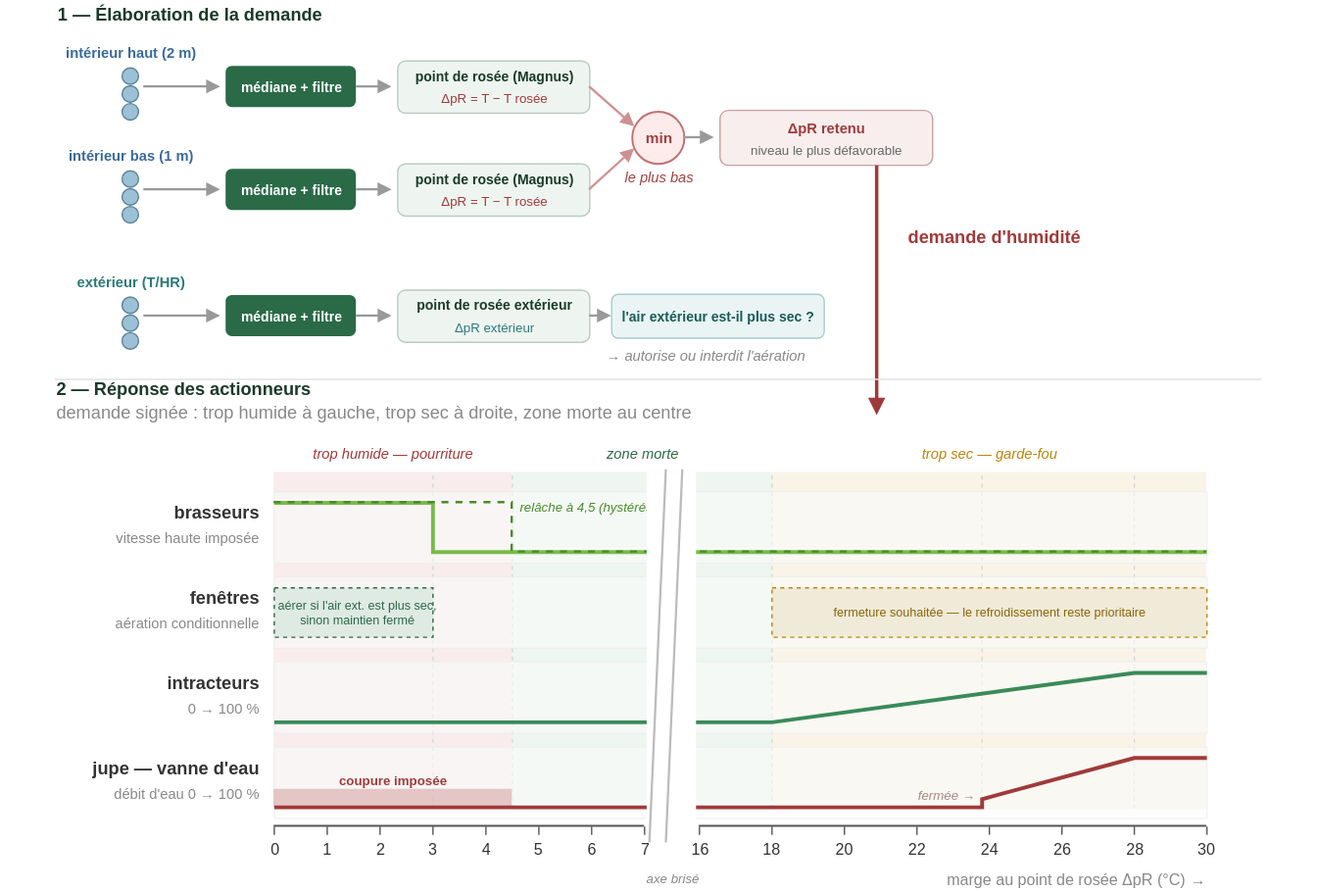
pstch/botanik2 keeps this draw.io diagram as docs/gh_mlb41/diagrams/humidity.svg. Above is the earlier version. Source tidied: cells renumbered, new cells last; positions are measured from the earlier drawing's top-left corner, leaving out a move shared by most shapes.
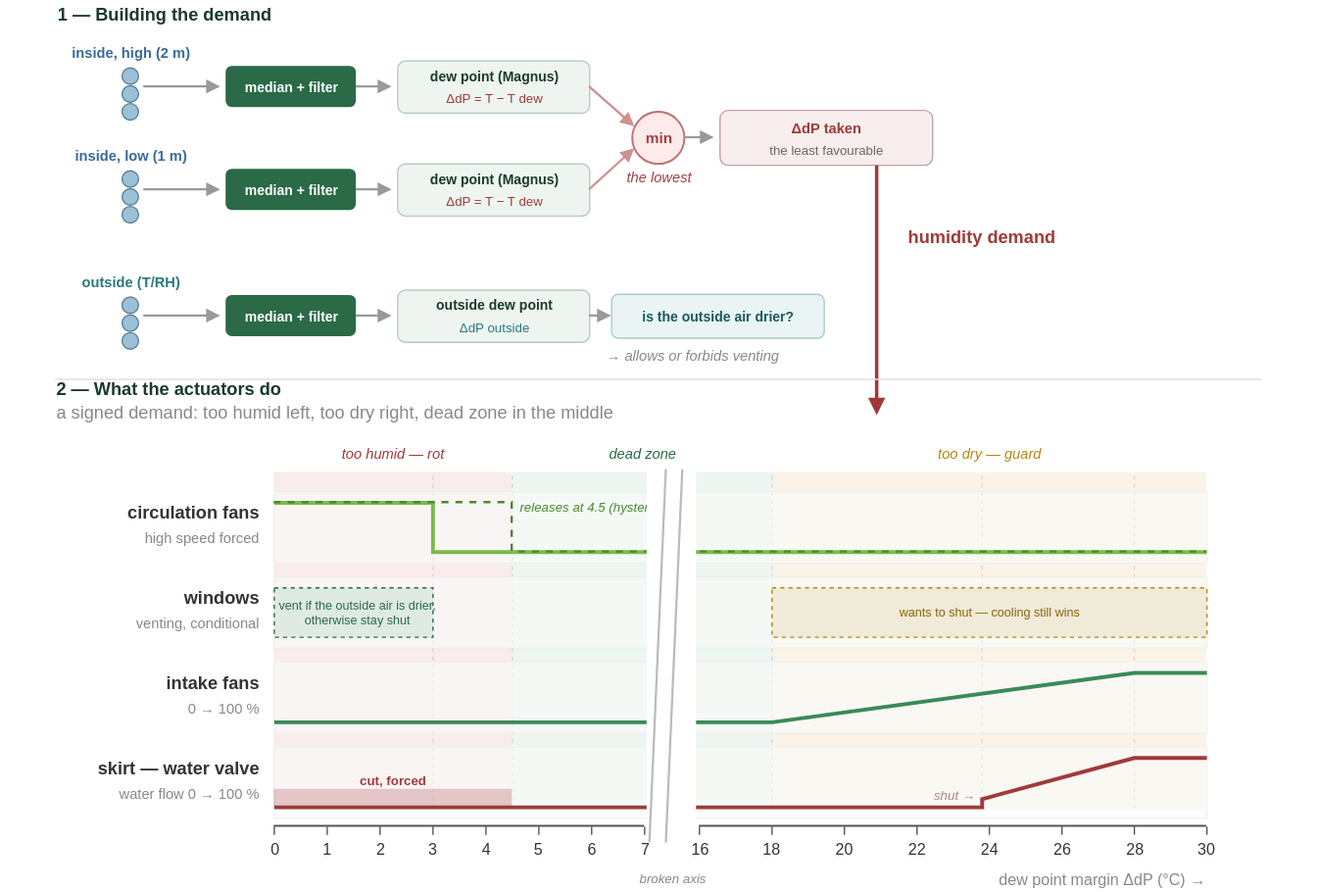
The same diagram one commit later.

The edit, as a diff of the source:
```diff
@@ -4,6 +4,6 @@
     <mxCell id="1" parent="0" />
-    <mxCell id="2" value="1 — Élaboration de la demande" style="text;html=1;strokeColor=none;fillColor=none;align=left;verticalAlign=middle;fontSize=13;fontColor=#1a3a2a;fontStyle=1;" parent="1" vertex="1">
+    <mxCell id="2" value="1 — Building the demand" style="text;html=1;strokeColor=none;fillColor=none;align=left;verticalAlign=middle;fontSize=13;fontColor=#1a3a2a;fontStyle=1;" parent="1" vertex="1">
       <mxGeometry x="40" width="470" height="20" as="geometry" />
     </mxCell>
-    <mxCell id="3" value="intérieur haut (2 m)" style="text;html=1;strokeColor=none;fillColor=none;align=center;verticalAlign=middle;fontSize=10.5;fontColor=#3a6a9a;fontStyle=1;" parent="1" vertex="1">
+    <mxCell id="3" value="inside, high (2 m)" style="text;html=1;strokeColor=none;fillColor=none;align=center;verticalAlign=middle;fontSize=10.5;fontColor=#3a6a9a;fontStyle=1;" parent="1" vertex="1">
       <mxGeometry y="30" width="190" height="16" as="geometry" />
@@ -19,3 +19,3 @@
     </mxCell>
-    <mxCell id="7" value="intérieur bas (1 m)" style="text;html=1;strokeColor=none;fillColor=none;align=center;verticalAlign=middle;fontSize=10.5;fontColor=#3a6a9a;fontStyle=1;" parent="1" vertex="1">
+    <mxCell id="7" value="inside, low (1 m)" style="text;html=1;strokeColor=none;fillColor=none;align=center;verticalAlign=middle;fontSize=10.5;fontColor=#3a6a9a;fontStyle=1;" parent="1" vertex="1">
       <mxGeometry y="105" width="190" height="16" as="geometry" />
@@ -31,3 +31,3 @@
     </mxCell>
-    <mxCell id="11" value="extérieur (T/HR)" style="text;html=1;strokeColor=none;fillColor=none;align=center;verticalAlign=middle;fontSize=10.5;fontColor=#2a7a7a;fontStyle=1;" parent="1" vertex="1">
+    <mxCell id="11" value="outside (T/RH)" style="text;html=1;strokeColor=none;fillColor=none;align=center;verticalAlign=middle;fontSize=10.5;fontColor=#2a7a7a;fontStyle=1;" parent="1" vertex="1">
       <mxGeometry y="197" width="190" height="16" as="geometry" />
@@ -49,3 +49,3 @@
     </mxCell>
-    <mxCell id="16" value="médiane + filtre" style="rounded=1;html=1;fillColor=#2a6a47;strokeColor=none;fontColor=#ffffff;fontSize=10;fontStyle=1;" parent="1" vertex="1">
+    <mxCell id="16" value="median + filter" style="rounded=1;html=1;fillColor=#2a6a47;strokeColor=none;fontColor=#ffffff;fontSize=10;fontStyle=1;" parent="1" vertex="1">
       <mxGeometry x="165" y="48" width="95" height="30" as="geometry" />
@@ -64,3 +64,3 @@
     </mxCell>
-    <mxCell id="19" value="médiane + filtre" style="rounded=1;html=1;fillColor=#2a6a47;strokeColor=none;fontColor=#ffffff;fontSize=10;fontStyle=1;" parent="1" vertex="1">
+    <mxCell id="19" value="median + filter" style="rounded=1;html=1;fillColor=#2a6a47;strokeColor=none;fontColor=#ffffff;fontSize=10;fontStyle=1;" parent="1" vertex="1">
       <mxGeometry x="165" y="123" width="95" height="30" as="geometry" />
@@ -79,3 +79,3 @@
     </mxCell>
-    <mxCell id="22" value="médiane + filtre" style="rounded=1;html=1;fillColor=#2a6a47;strokeColor=none;fontColor=#ffffff;fontSize=10;fontStyle=1;" parent="1" vertex="1">
+    <mxCell id="22" value="median + filter" style="rounded=1;html=1;fillColor=#2a6a47;strokeColor=none;fontColor=#ffffff;fontSize=10;fontStyle=1;" parent="1" vertex="1">
       <mxGeometry x="165" y="215" width="95" height="30" as="geometry" />
@@ -91,6 +91,6 @@
     </mxCell>
-    <mxCell id="25" value="point de rosée (Magnus)" style="text;html=1;strokeColor=none;fillColor=none;align=center;verticalAlign=middle;fontSize=10;fontColor=#1a3a2a;fontStyle=1;" parent="1" vertex="1">
+    <mxCell id="25" value="dew point (Magnus)" style="text;html=1;strokeColor=none;fillColor=none;align=center;verticalAlign=middle;fontSize=10;fontColor=#1a3a2a;fontStyle=1;" parent="1" vertex="1">
       <mxGeometry x="290" y="47" width="140" height="16" as="geometry" />
     </mxCell>
-    <mxCell id="26" value="ΔpR = T − T rosée" style="text;html=1;strokeColor=none;fillColor=none;align=center;verticalAlign=middle;fontSize=9.5;fontColor=#a03a3a;fontStyle=0;" parent="1" vertex="1">
+    <mxCell id="26" value="ΔdP = T − T dew" style="text;html=1;strokeColor=none;fillColor=none;align=center;verticalAlign=middle;fontSize=9.5;fontColor=#a03a3a;fontStyle=0;" parent="1" vertex="1">
       <mxGeometry x="290" y="64" width="140" height="14" as="geometry" />
@@ -100,6 +100,6 @@
     </mxCell>
-    <mxCell id="28" value="point de rosée (Magnus)" style="text;html=1;strokeColor=none;fillColor=none;align=center;verticalAlign=middle;fontSize=10;fontColor=#1a3a2a;fontStyle=1;" parent="1" vertex="1">
+    <mxCell id="28" value="dew point (Magnus)" style="text;html=1;strokeColor=none;fillColor=none;align=center;verticalAlign=middle;fontSize=10;fontColor=#1a3a2a;fontStyle=1;" parent="1" vertex="1">
       <mxGeometry x="290" y="122" width="140" height="16" as="geometry" />
     </mxCell>
-    <mxCell id="29" value="ΔpR = T − T rosée" style="text;html=1;strokeColor=none;fillColor=none;align=center;verticalAlign=middle;fontSize=9.5;fontColor=#a03a3a;fontStyle=0;" parent="1" vertex="1">
+    <mxCell id="29" value="ΔdP = T − T dew" style="text;html=1;strokeColor=none;fillColor=none;align=center;verticalAlign=middle;fontSize=9.5;fontColor=#a03a3a;fontStyle=0;" parent="1" vertex="1">
       <mxGeometry x="290" y="139" width="140" height="14" as="geometry" />
@@ -109,6 +109,6 @@
     </mxCell>
-    <mxCell id="31" value="point de rosée extérieur" style="text;html=1;strokeColor=none;fillColor=none;align=center;verticalAlign=middle;fontSize=10;fontColor=#1a3a2a;fontStyle=1;" parent="1" vertex="1">
+    <mxCell id="31" value="outside dew point" style="text;html=1;strokeColor=none;fillColor=none;align=center;verticalAlign=middle;fontSize=10;fontColor=#1a3a2a;fontStyle=1;" parent="1" vertex="1">
       <mxGeometry x="290" y="214" width="140" height="16" as="geometry" />
     </mxCell>
-    <mxCell id="32" value="ΔpR extérieur" style="text;html=1;strokeColor=none;fillColor=none;align=center;verticalAlign=middle;fontSize=9.5;fontColor=#2a7a7a;fontStyle=0;" parent="1" vertex="1">
+    <mxCell id="32" value="ΔdP outside" style="text;html=1;strokeColor=none;fillColor=none;align=center;verticalAlign=middle;fontSize=9.5;fontColor=#2a7a7a;fontStyle=0;" parent="1" vertex="1">
       <mxGeometry x="290" y="231" width="140" height="14" as="geometry" />
@@ -133,3 +133,3 @@
     </mxCell>
-    <mxCell id="37" value="le plus bas" style="text;html=1;strokeColor=none;fillColor=none;align=center;verticalAlign=middle;fontSize=10.5;fontColor=#a04040;fontStyle=2;" parent="1" vertex="1">
+    <mxCell id="37" value="the lowest" style="text;html=1;strokeColor=none;fillColor=none;align=center;verticalAlign=middle;fontSize=10.5;fontColor=#a04040;fontStyle=2;" parent="1" vertex="1">
       <mxGeometry x="420" y="122" width="120" height="14" as="geometry" />
@@ -139,6 +139,6 @@
     </mxCell>
-    <mxCell id="39" value="ΔpR retenu" style="text;html=1;strokeColor=none;fillColor=none;align=center;verticalAlign=middle;fontSize=10.5;fontColor=#a03a3a;fontStyle=1;" parent="1" vertex="1">
+    <mxCell id="39" value="ΔdP taken" style="text;html=1;strokeColor=none;fillColor=none;align=center;verticalAlign=middle;fontSize=10.5;fontColor=#a03a3a;fontStyle=1;" parent="1" vertex="1">
       <mxGeometry x="525" y="84" width="155" height="18" as="geometry" />
     </mxCell>
-    <mxCell id="40" value="niveau le plus défavorable" style="text;html=1;strokeColor=none;fillColor=none;align=center;verticalAlign=middle;fontSize=9.5;fontColor=#666;fontStyle=0;" parent="1" vertex="1">
+    <mxCell id="40" value="the least favourable" style="text;html=1;strokeColor=none;fillColor=none;align=center;verticalAlign=middle;fontSize=9.5;fontColor=#666;fontStyle=0;" parent="1" vertex="1">
       <mxGeometry x="525" y="102" width="155" height="14" as="geometry" />
@@ -151,3 +151,3 @@
     </mxCell>
-    <mxCell id="42" value="&lt;span style=&quot;color: rgb(26, 90, 90); font-weight: 700;&quot;&gt;l'air extérieur est-il plus sec ?&lt;/span&gt;" style="rounded=1;html=1;fillColor=#eaf4f4;strokeColor=#a8cccc;fontSize=10;" parent="1" vertex="1">
+    <mxCell id="42" value="&lt;span style=&quot;color: rgb(26, 90, 90); font-weight: 700;&quot;&gt;is the outside air drier?&lt;/span&gt;" style="rounded=1;html=1;fillColor=#eaf4f4;strokeColor=#a8cccc;fontSize=10;" parent="1" vertex="1">
       <mxGeometry x="446" y="214" width="155" height="32" as="geometry" />
@@ -157,3 +157,3 @@
     </mxCell>
-    <mxCell id="44" value="→ autorise ou interdit l'aération" style="text;html=1;strokeColor=none;fillColor=none;align=left;verticalAlign=middle;fontSize=10.5;fontColor=#888888;fontStyle=2;" parent="1" vertex="1">
+    <mxCell id="44" value="→ allows or forbids venting" style="text;html=1;strokeColor=none;fillColor=none;align=left;verticalAlign=middle;fontSize=10.5;fontColor=#888888;fontStyle=2;" parent="1" vertex="1">
       <mxGeometry x="440" y="245" width="240" height="28" as="geometry" />
@@ -166,3 +166,3 @@
     </mxCell>
-    <mxCell id="46" value="demande d'humidité" style="text;html=1;strokeColor=none;fillColor=none;align=left;verticalAlign=middle;fontSize=13;fontColor=#a03a3a;fontStyle=1;" parent="1" vertex="1">
+    <mxCell id="46" value="humidity demand" style="text;html=1;strokeColor=none;fillColor=none;align=left;verticalAlign=middle;fontSize=13;fontColor=#a03a3a;fontStyle=1;" parent="1" vertex="1">
       <mxGeometry x="660" y="162" width="300" height="20" as="geometry" />
@@ -175,6 +175,6 @@
     </mxCell>
-    <mxCell id="48" value="2 — Réponse des actionneurs" style="text;html=1;strokeColor=none;fillColor=none;align=left;verticalAlign=middle;fontSize=13;fontColor=#1a3a2a;fontStyle=1;" parent="1" vertex="1">
+    <mxCell id="48" value="2 — What the actuators do" style="text;html=1;strokeColor=none;fillColor=none;align=left;verticalAlign=middle;fontSize=13;fontColor=#1a3a2a;fontStyle=1;" parent="1" vertex="1">
       <mxGeometry x="39.7" y="273" width="600" height="20" as="geometry" />
     </mxCell>
-    <mxCell id="49" value="demande signée : trop humide à gauche, trop sec à droite, zone morte au centre" style="text;html=1;strokeColor=none;fillColor=none;align=left;verticalAlign=middle;fontSize=13;fontColor=#888888;fontStyle=0;" parent="1" vertex="1">
+    <mxCell id="49" value="a signed demand: too humid left, too dry right, dead zone in the middle" style="text;html=1;strokeColor=none;fillColor=none;align=left;verticalAlign=middle;fontSize=13;fontColor=#888888;fontStyle=0;" parent="1" vertex="1">
       <mxGeometry x="39.7" y="291" width="600" height="18" as="geometry" />
@@ -190,9 +190,9 @@
     </mxCell>
-    <mxCell id="53" value="trop humide — pourriture" style="text;html=1;strokeColor=none;fillColor=none;align=center;verticalAlign=middle;fontSize=10.5;fontColor=#a03a3a;fontStyle=2;" parent="1" vertex="1">
+    <mxCell id="53" value="too humid — rot" style="text;html=1;strokeColor=none;fillColor=none;align=center;verticalAlign=middle;fontSize=10.5;fontColor=#a03a3a;fontStyle=2;" parent="1" vertex="1">
       <mxGeometry x="200" y="322" width="173.6" height="16" as="geometry" />
     </mxCell>
-    <mxCell id="54" value="zone morte" style="text;html=1;strokeColor=none;fillColor=none;align=center;verticalAlign=middle;fontSize=10.5;fontColor=#2a6a47;fontStyle=2;" parent="1" vertex="1">
+    <mxCell id="54" value="dead zone" style="text;html=1;strokeColor=none;fillColor=none;align=center;verticalAlign=middle;fontSize=10.5;fontColor=#2a6a47;fontStyle=2;" parent="1" vertex="1">
       <mxGeometry x="373.6" y="322" width="189.3" height="16" as="geometry" />
     </mxCell>
-    <mxCell id="55" value="trop sec — garde-fou" style="text;html=1;strokeColor=none;fillColor=none;align=center;verticalAlign=middle;fontSize=10.5;fontColor=#b8860b;fontStyle=2;" parent="1" vertex="1">
+    <mxCell id="55" value="too dry — guard" style="text;html=1;strokeColor=none;fillColor=none;align=center;verticalAlign=middle;fontSize=10.5;fontColor=#b8860b;fontStyle=2;" parent="1" vertex="1">
       <mxGeometry x="562.9" y="322" width="317.1" height="16" as="geometry" />
@@ -232,6 +232,6 @@
     </mxCell>
-    <mxCell id="62" value="brasseurs" style="text;html=1;strokeColor=none;fillColor=none;align=right;verticalAlign=middle;fontSize=13;fontColor=#333333;fontStyle=1;" parent="1" vertex="1">
+    <mxCell id="62" value="circulation fans" style="text;html=1;strokeColor=none;fillColor=none;align=right;verticalAlign=middle;fontSize=13;fontColor=#333333;fontStyle=1;" parent="1" vertex="1">
       <mxGeometry x="4" y="362" width="186" height="22" as="geometry" />
     </mxCell>
-    <mxCell id="63" value="vitesse haute imposée" style="text;html=1;strokeColor=none;fillColor=none;align=right;verticalAlign=middle;fontSize=10.5;fontColor=#888888;fontStyle=0;" parent="1" vertex="1">
+    <mxCell id="63" value="high speed forced" style="text;html=1;strokeColor=none;fillColor=none;align=right;verticalAlign=middle;fontSize=10.5;fontColor=#888888;fontStyle=0;" parent="1" vertex="1">
       <mxGeometry x="4" y="383" width="186" height="18" as="geometry" />
@@ -241,6 +241,6 @@
     </mxCell>
-    <mxCell id="65" value="fenêtres" style="text;html=1;strokeColor=none;fillColor=none;align=right;verticalAlign=middle;fontSize=13;fontColor=#333333;fontStyle=1;" parent="1" vertex="1">
+    <mxCell id="65" value="windows" style="text;html=1;strokeColor=none;fillColor=none;align=right;verticalAlign=middle;fontSize=13;fontColor=#333333;fontStyle=1;" parent="1" vertex="1">
       <mxGeometry x="4" y="424" width="186" height="22" as="geometry" />
     </mxCell>
-    <mxCell id="66" value="aération conditionnelle" style="text;html=1;strokeColor=none;fillColor=none;align=right;verticalAlign=middle;fontSize=10.5;fontColor=#888888;fontStyle=0;" parent="1" vertex="1">
+    <mxCell id="66" value="venting, conditional" style="text;html=1;strokeColor=none;fillColor=none;align=right;verticalAlign=middle;fontSize=10.5;fontColor=#888888;fontStyle=0;" parent="1" vertex="1">
       <mxGeometry x="4" y="445" width="186" height="18" as="geometry" />
@@ -250,3 +250,3 @@
     </mxCell>
-    <mxCell id="68" value="intracteurs" style="text;html=1;strokeColor=none;fillColor=none;align=right;verticalAlign=middle;fontSize=13;fontColor=#333333;fontStyle=1;" parent="1" vertex="1">
+    <mxCell id="68" value="intake fans" style="text;html=1;strokeColor=none;fillColor=none;align=right;verticalAlign=middle;fontSize=13;fontColor=#333333;fontStyle=1;" parent="1" vertex="1">
       <mxGeometry x="4" y="486" width="186" height="22" as="geometry" />
@@ -259,6 +259,6 @@
     </mxCell>
-    <mxCell id="71" value="jupe — vanne d'eau" style="text;html=1;strokeColor=none;fillColor=none;align=right;verticalAlign=middle;fontSize=13;fontColor=#333333;fontStyle=1;" parent="1" vertex="1">
+    <mxCell id="71" value="skirt — water valve" style="text;html=1;strokeColor=none;fillColor=none;align=right;verticalAlign=middle;fontSize=13;fontColor=#333333;fontStyle=1;" parent="1" vertex="1">
       <mxGeometry x="4" y="548" width="186" height="22" as="geometry" />
     </mxCell>
-    <mxCell id="72" value="débit d'eau 0 → 100 %" style="text;html=1;strokeColor=none;fillColor=none;align=right;verticalAlign=middle;fontSize=10.5;fontColor=#888888;fontStyle=0;" parent="1" vertex="1">
+    <mxCell id="72" value="water flow 0 → 100 %" style="text;html=1;strokeColor=none;fillColor=none;align=right;verticalAlign=middle;fontSize=10.5;fontColor=#888888;fontStyle=0;" parent="1" vertex="1">
       <mxGeometry x="4" y="569" width="186" height="18" as="geometry" />
@@ -285,3 +285,3 @@
     </mxCell>
-    <mxCell id="75" value="relâche à 4,5 (hystérésis)" style="text;html=1;strokeColor=none;fillColor=none;align=left;verticalAlign=middle;fontSize=9.5;fontColor=#4a8a2a;fontStyle=2;" parent="1" vertex="1">
+    <mxCell id="75" value="releases at 4.5 (hysteresis)" style="text;html=1;strokeColor=none;fillColor=none;align=left;verticalAlign=middle;fontSize=9.5;fontColor=#4a8a2a;fontStyle=2;" parent="1" vertex="1">
       <mxGeometry x="377.4" y="362" width="190" height="14" as="geometry" />
@@ -291,3 +291,3 @@
     </mxCell>
-    <mxCell id="77" value="aérer si l'air ext. est plus sec,&lt;br&gt;sinon maintien fermé" style="text;html=1;strokeColor=none;fillColor=none;align=center;verticalAlign=middle;fontSize=9;fontColor=#2a6a47;fontStyle=0;" parent="1" vertex="1">
+    <mxCell id="77" value="vent if the outside air is drier,&lt;br&gt;otherwise stay shut" style="text;html=1;strokeColor=none;fillColor=none;align=center;verticalAlign=middle;fontSize=9;fontColor=#2a6a47;fontStyle=0;" parent="1" vertex="1">
       <mxGeometry x="200" y="428" width="120" height="36" as="geometry" />
@@ -297,3 +297,3 @@
     </mxCell>
-    <mxCell id="79" value="fermeture souhaitée — le refroidissement reste prioritaire" style="text;html=1;strokeColor=none;fillColor=none;align=center;verticalAlign=middle;fontSize=9;fontColor=#8a6508;fontStyle=0;" parent="1" vertex="1">
+    <mxCell id="79" value="wants to shut — cooling still wins" style="text;html=1;strokeColor=none;fillColor=none;align=center;verticalAlign=middle;fontSize=9;fontColor=#8a6508;fontStyle=0;" parent="1" vertex="1">
       <mxGeometry x="562.9" y="428" width="317.1" height="36" as="geometry" />
@@ -324,6 +324,6 @@
     </mxCell>
-    <mxCell id="83" value="coupure imposée" style="text;html=1;strokeColor=none;fillColor=none;align=center;verticalAlign=middle;fontSize=9.5;fontColor=#a03a3a;fontStyle=1;" parent="1" vertex="1">
+    <mxCell id="83" value="cut, forced" style="text;html=1;strokeColor=none;fillColor=none;align=center;verticalAlign=middle;fontSize=9.5;fontColor=#a03a3a;fontStyle=1;" parent="1" vertex="1">
       <mxGeometry x="200" y="561" width="173.6" height="14" as="geometry" />
     </mxCell>
-    <mxCell id="84" value="fermée →" style="text;html=1;strokeColor=none;fillColor=none;align=right;verticalAlign=middle;fontSize=9.5;fontColor=#aa8888;fontStyle=2;" parent="1" vertex="1">
+    <mxCell id="84" value="shut →" style="text;html=1;strokeColor=none;fillColor=none;align=right;verticalAlign=middle;fontSize=9.5;fontColor=#aa8888;fontStyle=2;" parent="1" vertex="1">
       <mxGeometry x="566.9" y="572" width="145.3" height="14" as="geometry" />
@@ -501,6 +501,6 @@
     </mxCell>
-    <mxCell id="122" value="axe brisé" style="text;html=1;strokeColor=none;fillColor=none;align=center;verticalAlign=middle;fontSize=9.5;fontColor=#888888;fontStyle=2;" parent="1" vertex="1">
+    <mxCell id="122" value="broken axis" style="text;html=1;strokeColor=none;fillColor=none;align=center;verticalAlign=middle;fontSize=9.5;fontColor=#888888;fontStyle=2;" parent="1" vertex="1">
       <mxGeometry x="440" y="632" width="100" height="16" as="geometry" />
     </mxCell>
-    <mxCell id="123" value="marge au point de rosée ΔpR (°C) →" style="text;html=1;strokeColor=none;fillColor=none;align=right;verticalAlign=middle;fontSize=11.5;fontColor=#888888;fontStyle=0;" parent="1" vertex="1">
+    <mxCell id="123" value="dew point margin ΔdP (°C) →" style="text;html=1;strokeColor=none;fillColor=none;align=right;verticalAlign=middle;fontSize=11.5;fontColor=#888888;fontStyle=0;" parent="1" vertex="1">
       <mxGeometry x="560" y="632" width="320" height="18" as="geometry" />
```
